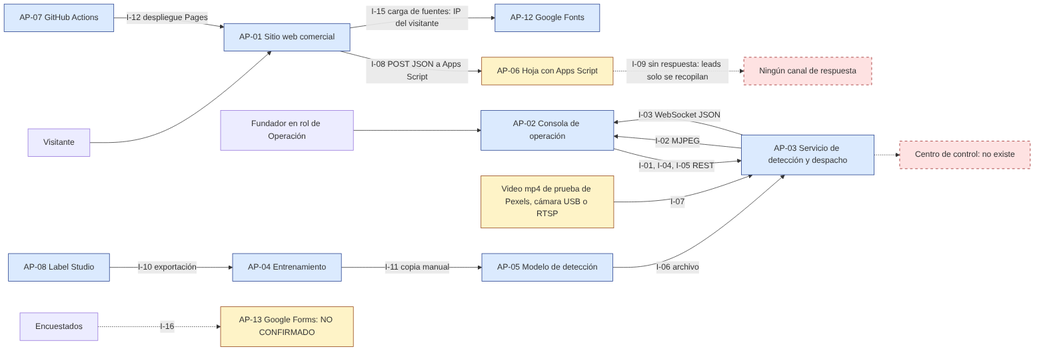
The Mermaid diagram docs/ae-final-project/ondas/M3-aplicaciones/diagramas/E6b-integraciones-as-is.png in 5arSanti/tro-launcher, before a commit. Its source is kept beside it as docs/ae-final-project/ondas/M3-aplicaciones/diagramas/E6b-integraciones-as-is.mmd. Its diagram source:
```mermaid
flowchart LR
  U[Visitante] --> W[AP-01 Sitio web comercial]
  W -- "I-08 POST JSON a Apps Script" --> S[AP-06 Hoja con Apps Script]
  S -. "I-09 sin respuesta: leads solo se recopilan" .-> N[Ningún canal de respuesta]
  O[Fundador en rol de Operación] --> F[AP-02 Consola de operación]
  F -- "I-01, I-04, I-05 REST" --> B[AP-03 Servicio de detección y despacho]
  B -- "I-02 MJPEG" --> F
  B -- "I-03 WebSocket JSON" --> F
  M[AP-05 Modelo de detección] -- "I-06 archivo" --> B
  V[Video mp4 de prueba de Pexels, cámara USB o RTSP] -- "I-07" --> B
  L[AP-08 Label Studio] -- "I-10 exportación" --> T[AP-04 Entrenamiento]
  T -- "I-11 copia manual" --> M
  G[AP-07 GitHub Actions] -- "I-12 despliegue Pages" --> W
  W -- "I-15 carga de fuentes: IP del visitante" --> GF[AP-12 Google Fonts]
  E[Encuestados] -. "I-16" .-> GFo[AP-13 Google Forms: NO CONFIRMADO]
  B -.-> X[Centro de control: no existe]
  classDef obs fill:#dbeafe,stroke:#1e3a8a;
  classDef nc fill:#fef3c7,stroke:#92400e;
  classDef gap fill:#fee2e2,stroke:#991b1b,stroke-dasharray:5 5;
  class W,F,B,M,V,L,T,G,GF obs;
  class S,V,GFo nc;
  class X,N gap;
```
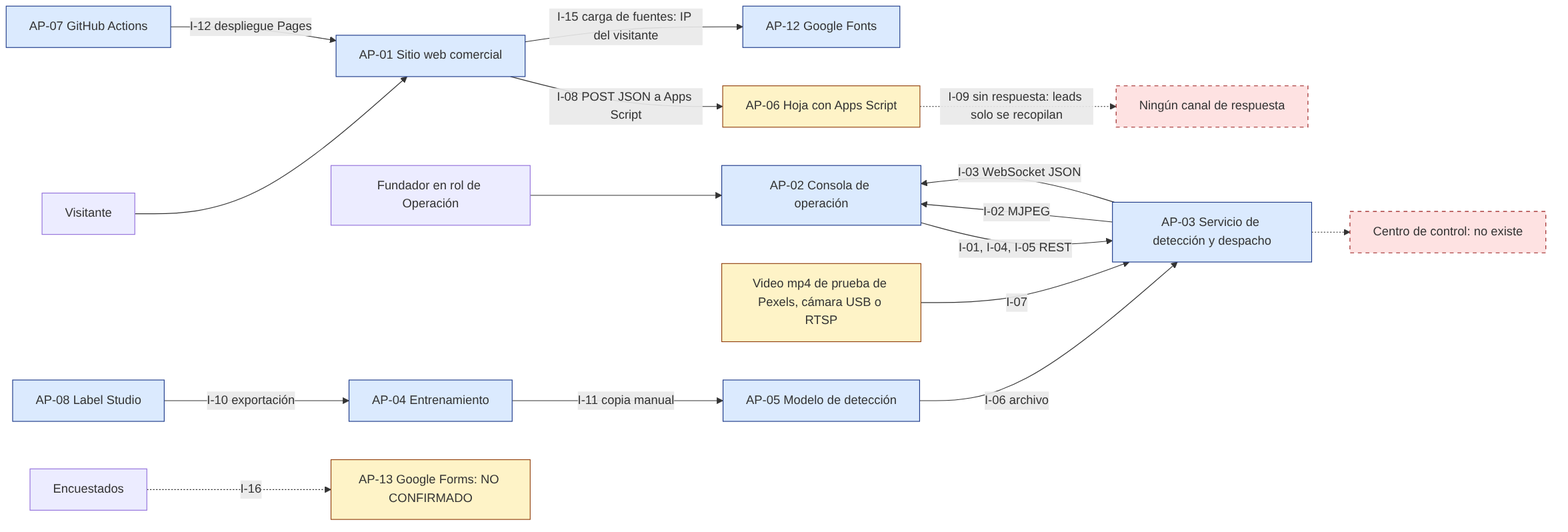
The same diagram one commit later.

Change to the diagram source:
```diff
@@ -17,6 +17,6 @@
   classDef obs fill:#dbeafe,stroke:#1e3a8a;
   classDef nc fill:#fef3c7,stroke:#92400e;
   classDef gap fill:#fee2e2,stroke:#991b1b,stroke-dasharray:5 5;
-  class W,F,B,M,V,L,T,G,GF obs;
+  class W,F,B,M,L,T,G,GF obs;
   class S,V,GFo nc;
   class X,N gap;
```
